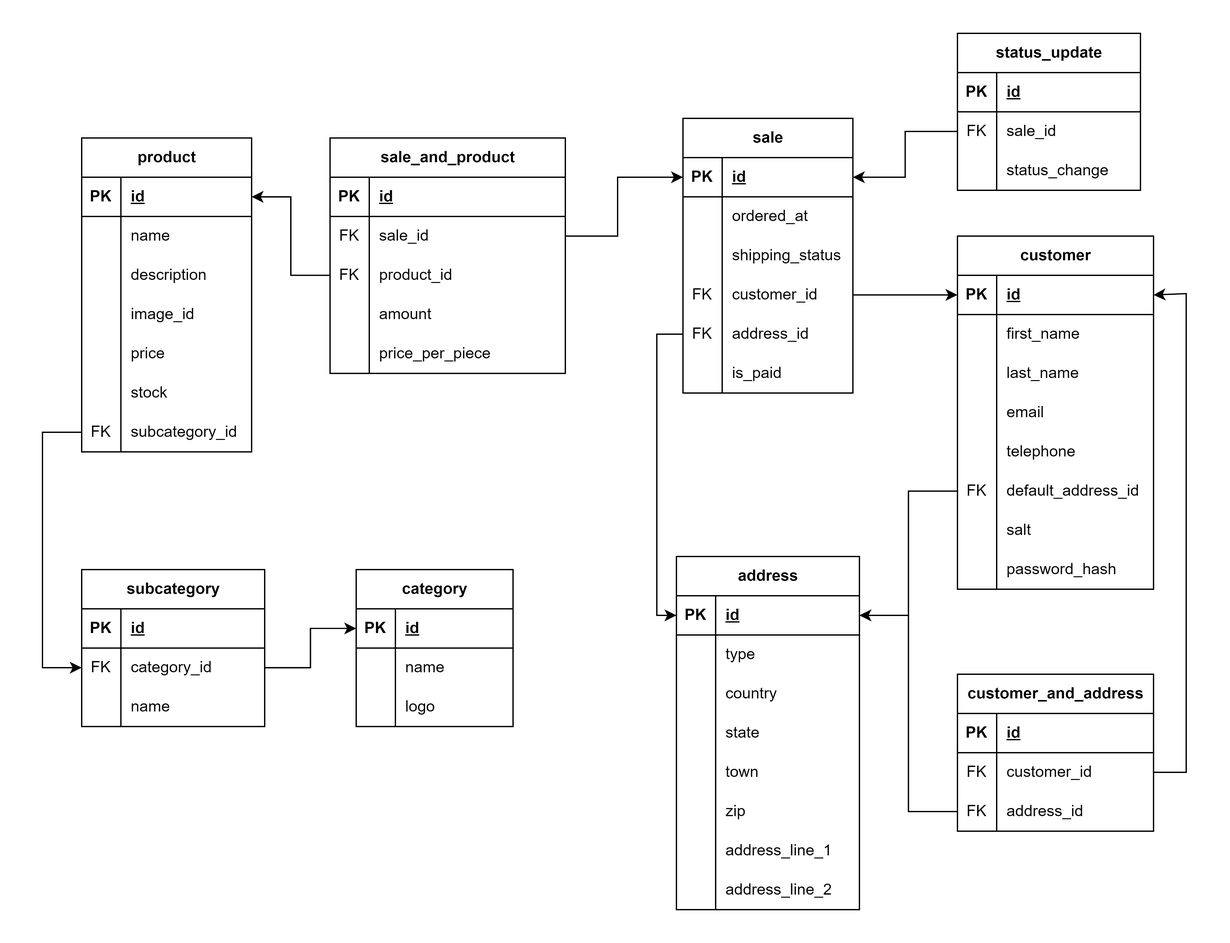
Earlier version of the draw.io export Documentation/Ecommerce ER.png (shekelboi/EcommerceDatabase). Source tidied: cells renumbered, new cells last; positions are measured from the earlier drawing's top-left corner, leaving out a move shared by most shapes.
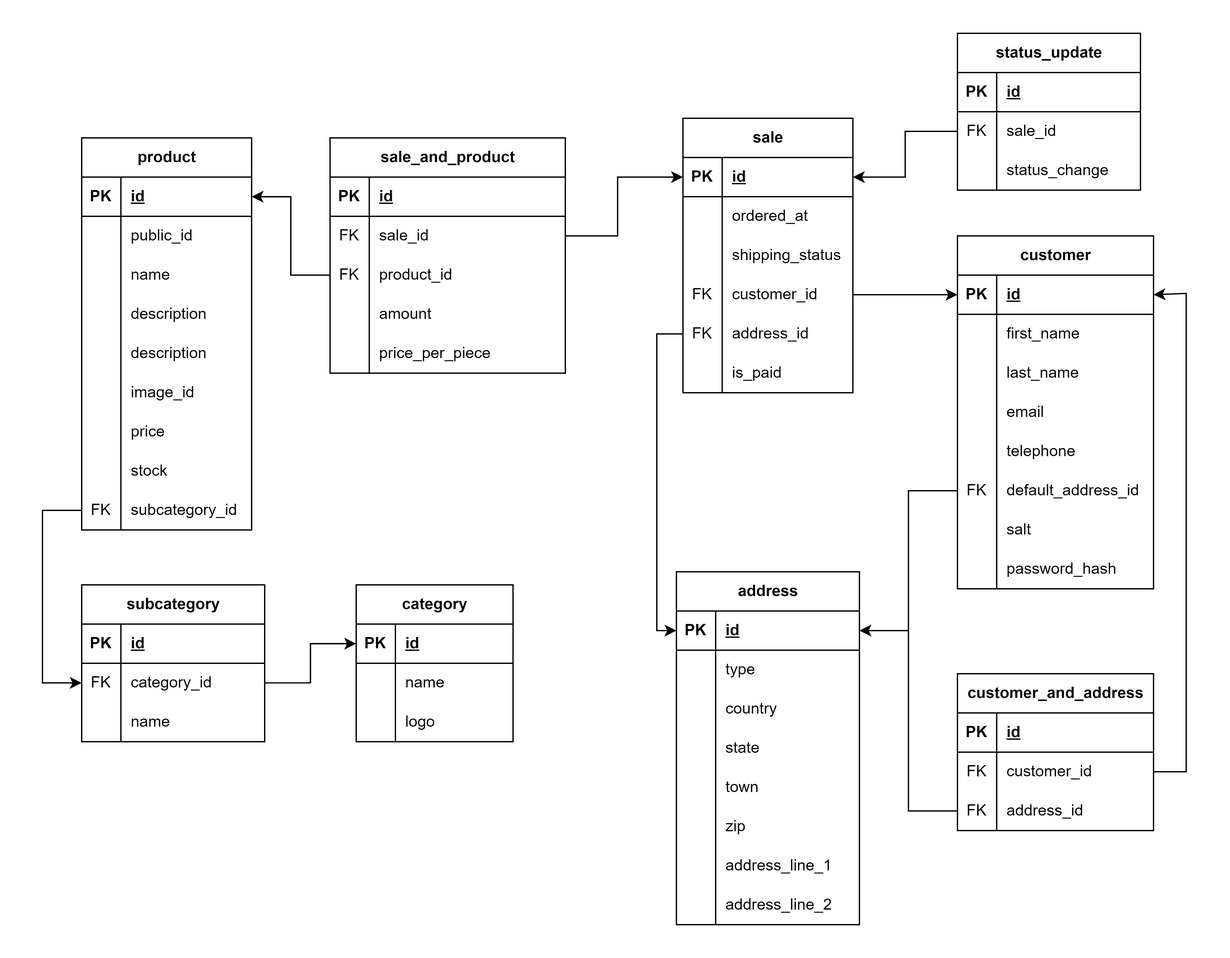
The same diagram one commit later.

Change to the diagram source:
```diff
@@ -3,7 +3,7 @@
     <mxCell id="0" />
     <mxCell id="1" parent="0" />
     <mxCell id="2" value="subcategory" style="shape=table;startSize=30;rowLines=0;fontStyle=1;align=center;html=1;" parent="1" vertex="1">
-      <mxGeometry x="30" y="410" width="140" height="120" as="geometry" />
+      <mxGeometry x="30" y="422" width="140" height="120" as="geometry" />
     </mxCell>
     <mxCell id="3" style="shape=tableRow;horizontal=0;startSize=0;swimlaneHead=0;swimlaneBody=0;fillColor=none;top=0;left=0;right=0;bottom=1;" parent="2" vertex="1">
       <mxGeometry y="30" width="140" height="30" as="geometry" />
@@ -33,7 +33,7 @@
       <mxGeometry x="30" width="110" height="30" as="geometry" />
     </mxCell>
     <mxCell id="12" value="category" style="shape=table;startSize=30;rowLines=0;fontStyle=1;align=center;html=1;" parent="1" vertex="1">
-      <mxGeometry x="240" y="410" width="120" height="120" as="geometry" />
+      <mxGeometry x="240" y="422" width="120" height="120" as="geometry" />
     </mxCell>
     <mxCell id="13" style="shape=tableRow;horizontal=0;startSize=0;swimlaneHead=0;swimlaneBody=0;fillColor=none;points=[[0,0.5],[1,0.5]];portConstraint=eastwest;top=0;left=0;right=0;bottom=1;" parent="12" vertex="1">
       <mxGeometry y="30" width="120" height="30" as="geometry" />
@@ -66,7 +66,7 @@
       <mxGeometry relative="1" as="geometry" />
     </mxCell>
     <mxCell id="23" value="product" style="shape=table;startSize=30;rowLines=0;fontStyle=1;align=center;html=1;" parent="1" vertex="1">
-      <mxGeometry x="30" y="80" width="130" height="240" as="geometry" />
+      <mxGeometry x="30" y="80" width="130" height="300" as="geometry" />
     </mxCell>
     <mxCell id="24" style="shape=tableRow;horizontal=0;startSize=0;swimlaneHead=0;swimlaneBody=0;fillColor=none;points=[[0,0.5],[1,0.5]];portConstraint=eastwest;top=0;left=0;right=0;bottom=1;" parent="23" vertex="1">
       <mxGeometry y="30" width="130" height="30" as="geometry" />
@@ -77,8 +77,17 @@
     <mxCell id="26" value="id" style="shape=partialRectangle;fillColor=none;top=0;left=0;bottom=0;right=0;align=left;spacingLeft=6;fontStyle=5;overflow=hidden;whiteSpace=wrap;html=1;" parent="24" vertex="1">
       <mxGeometry x="30" width="100" height="30" as="geometry" />
     </mxCell>
+    <mxCell id="159" style="shape=tableRow;horizontal=0;startSize=0;swimlaneHead=0;swimlaneBody=0;fillColor=none;top=0;left=0;right=0;bottom=0;" parent="23" vertex="1">
+      <mxGeometry y="60" width="130" height="30" as="geometry" />
+    </mxCell>
+    <mxCell id="160" style="shape=partialRectangle;fillColor=none;top=0;left=0;bottom=0;right=0;overflow=hidden;whiteSpace=wrap;html=1;" parent="159" vertex="1">
+      <mxGeometry width="30" height="30" as="geometry" />
+    </mxCell>
+    <mxCell id="161" value="public_id" style="shape=partialRectangle;fillColor=none;top=0;left=0;bottom=0;right=0;align=left;spacingLeft=6;overflow=hidden;whiteSpace=wrap;html=1;" parent="159" vertex="1">
+      <mxGeometry x="30" width="100" height="30" as="geometry" />
+    </mxCell>
     <mxCell id="27" style="shape=tableRow;horizontal=0;startSize=0;swimlaneHead=0;swimlaneBody=0;fillColor=none;top=0;left=0;right=0;bottom=0;" parent="23" vertex="1">
-      <mxGeometry y="60" width="130" height="30" as="geometry" />
+      <mxGeometry y="90" width="130" height="30" as="geometry" />
     </mxCell>
     <mxCell id="28" style="shape=partialRectangle;fillColor=none;top=0;left=0;bottom=0;right=0;overflow=hidden;whiteSpace=wrap;html=1;" parent="27" vertex="1">
       <mxGeometry width="30" height="30" as="geometry" />
@@ -87,7 +96,7 @@
       <mxGeometry x="30" width="100" height="30" as="geometry" />
     </mxCell>
     <mxCell id="30" style="shape=tableRow;horizontal=0;startSize=0;swimlaneHead=0;swimlaneBody=0;fillColor=none;top=0;left=0;right=0;bottom=0;" parent="23" vertex="1">
-      <mxGeometry y="90" width="130" height="30" as="geometry" />
+      <mxGeometry y="120" width="130" height="30" as="geometry" />
     </mxCell>
     <mxCell id="31" style="shape=partialRectangle;fillColor=none;top=0;left=0;bottom=0;right=0;overflow=hidden;whiteSpace=wrap;html=1;" parent="30" vertex="1">
       <mxGeometry width="30" height="30" as="geometry" />
@@ -95,8 +104,17 @@
     <mxCell id="32" value="description" style="shape=partialRectangle;fillColor=none;top=0;left=0;bottom=0;right=0;align=left;spacingLeft=6;overflow=hidden;whiteSpace=wrap;html=1;" parent="30" vertex="1">
       <mxGeometry x="30" width="100" height="30" as="geometry" />
     </mxCell>
+    <mxCell id="162" style="shape=tableRow;horizontal=0;startSize=0;swimlaneHead=0;swimlaneBody=0;fillColor=none;top=0;left=0;right=0;bottom=0;" parent="23" vertex="1">
+      <mxGeometry y="150" width="130" height="30" as="geometry" />
+    </mxCell>
+    <mxCell id="163" style="shape=partialRectangle;fillColor=none;top=0;left=0;bottom=0;right=0;overflow=hidden;whiteSpace=wrap;html=1;" parent="162" vertex="1">
+      <mxGeometry width="30" height="30" as="geometry" />
+    </mxCell>
+    <mxCell id="164" value="description" style="shape=partialRectangle;fillColor=none;top=0;left=0;bottom=0;right=0;align=left;spacingLeft=6;overflow=hidden;whiteSpace=wrap;html=1;" parent="162" vertex="1">
+      <mxGeometry x="30" width="100" height="30" as="geometry" />
+    </mxCell>
     <mxCell id="33" style="shape=tableRow;horizontal=0;startSize=0;swimlaneHead=0;swimlaneBody=0;fillColor=none;top=0;left=0;right=0;bottom=0;" parent="23" vertex="1">
-      <mxGeometry y="120" width="130" height="30" as="geometry" />
+      <mxGeometry y="180" width="130" height="30" as="geometry" />
     </mxCell>
     <mxCell id="34" style="shape=partialRectangle;fillColor=none;top=0;left=0;bottom=0;right=0;overflow=hidden;whiteSpace=wrap;html=1;" parent="33" vertex="1">
       <mxGeometry width="30" height="30" as="geometry" />
@@ -105,7 +123,7 @@
       <mxGeometry x="30" width="100" height="30" as="geometry" />
     </mxCell>
     <mxCell id="36" style="shape=tableRow;horizontal=0;startSize=0;swimlaneHead=0;swimlaneBody=0;fillColor=none;top=0;left=0;right=0;bottom=0;" parent="23" vertex="1">
-      <mxGeometry y="150" width="130" height="30" as="geometry" />
+      <mxGeometry y="210" width="130" height="30" as="geometry" />
     </mxCell>
     <mxCell id="37" style="shape=partialRectangle;fillColor=none;top=0;left=0;bottom=0;right=0;overflow=hidden;whiteSpace=wrap;html=1;" parent="36" vertex="1">
       <mxGeometry width="30" height="30" as="geometry" />
@@ -114,7 +132,7 @@
       <mxGeometry x="30" width="100" height="30" as="geometry" />
     </mxCell>
     <mxCell id="39" style="shape=tableRow;horizontal=0;startSize=0;swimlaneHead=0;swimlaneBody=0;fillColor=none;top=0;left=0;right=0;bottom=0;" parent="23" vertex="1">
-      <mxGeometry y="180" width="130" height="30" as="geometry" />
+      <mxGeometry y="240" width="130" height="30" as="geometry" />
     </mxCell>
     <mxCell id="40" style="shape=partialRectangle;fillColor=none;top=0;left=0;bottom=0;right=0;overflow=hidden;whiteSpace=wrap;html=1;" parent="39" vertex="1">
       <mxGeometry width="30" height="30" as="geometry" />
@@ -123,7 +141,7 @@
       <mxGeometry x="30" width="100" height="30" as="geometry" />
     </mxCell>
     <mxCell id="42" style="shape=tableRow;horizontal=0;startSize=0;swimlaneHead=0;swimlaneBody=0;fillColor=none;points=[[0,0.5],[1,0.5]];portConstraint=eastwest;top=0;left=0;right=0;bottom=0;" parent="23" vertex="1">
-      <mxGeometry y="210" width="130" height="30" as="geometry" />
+      <mxGeometry y="270" width="130" height="30" as="geometry" />
     </mxCell>
     <mxCell id="43" value="FK" style="shape=partialRectangle;fillColor=none;top=0;left=0;bottom=0;right=0;overflow=hidden;whiteSpace=wrap;html=1;" parent="42" vertex="1">
       <mxGeometry width="30" height="30" as="geometry" />
@@ -389,7 +407,7 @@
       <mxGeometry x="30" width="120" height="30" as="geometry" />
     </mxCell>
     <mxCell id="129" value="address" style="shape=table;startSize=30;rowLines=0;fontStyle=1;align=center;html=1;" parent="1" vertex="1">
-      <mxGeometry x="485" y="400" width="140" height="270" as="geometry" />
+      <mxGeometry x="485" y="412" width="140" height="270" as="geometry" />
     </mxCell>
     <mxCell id="130" style="shape=tableRow;horizontal=0;startSize=0;swimlaneHead=0;swimlaneBody=0;fillColor=none;points=[[0,0.5],[1,0.5]];portConstraint=eastwest;top=0;left=0;right=0;bottom=1;" parent="129" vertex="1">
       <mxGeometry y="30" width="140" height="30" as="geometry" />
@@ -477,11 +495,11 @@
         </Array>
       </mxGeometry>
     </mxCell>
-    <mxCell id="157" style="edgeStyle=orthogonalEdgeStyle;rounded=0;jettySize=auto;html=1;entryX=0;entryY=0.5;entryDx=0;entryDy=0;" parent="1" edge="1" source="42" target="6">
+    <mxCell id="157" style="edgeStyle=orthogonalEdgeStyle;rounded=0;jettySize=auto;html=1;entryX=0;entryY=0.5;entryDx=0;entryDy=0;exitX=0;exitY=0.5;exitDx=0;exitDy=0;" parent="1" edge="1" source="42" target="6">
       <mxGeometry relative="1" as="geometry">
         <Array as="points">
-          <mxPoint y="305" />
-          <mxPoint y="485" />
+          <mxPoint y="365" />
+          <mxPoint y="497" />
         </Array>
       </mxGeometry>
     </mxCell>
```
